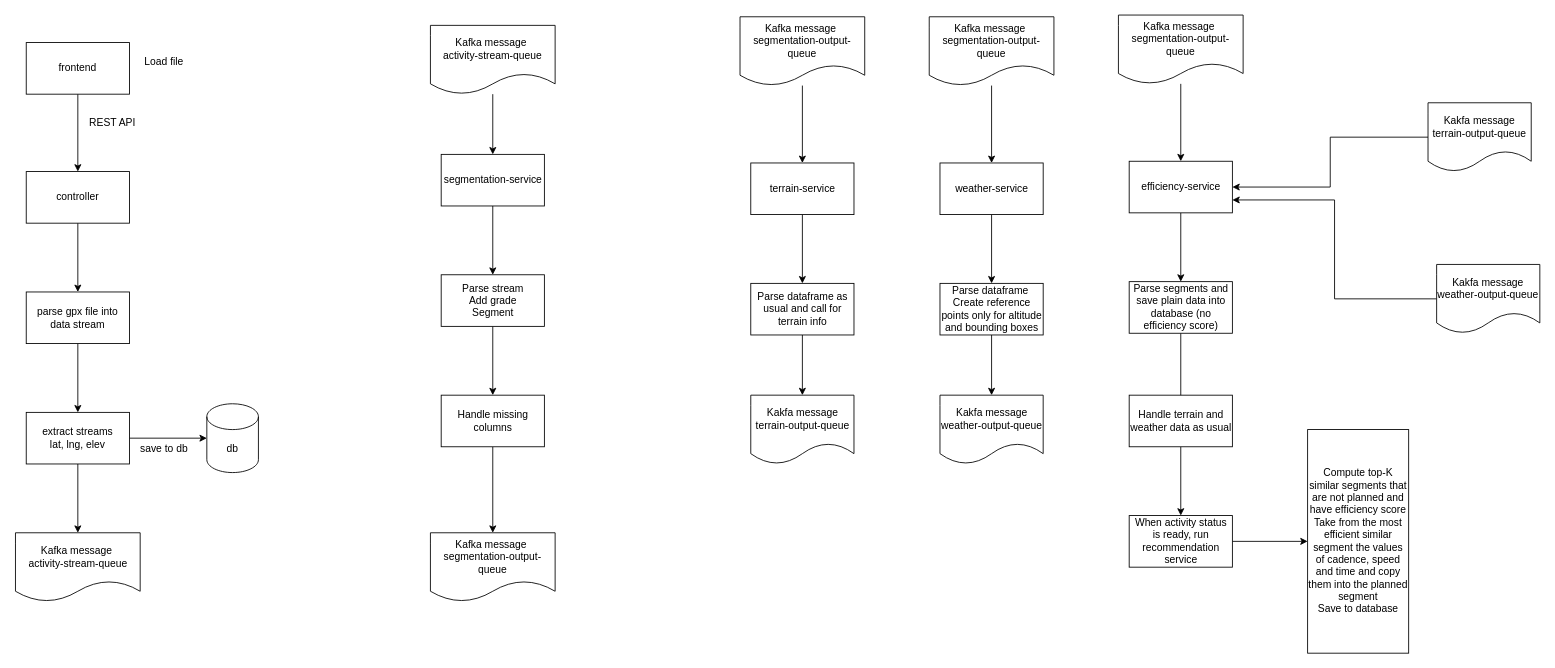
This is docs/Recommendation Flow.drawio from costanzazanoletti/trailmetrics, a draw.io file, before an edit. Source tidied: cells renumbered, new cells numbered last; positions are measured from the earlier drawing's top-left corner, leaving out a move shared by most shapes. Both pictures are drawn from the tidied source at 86%, with x=0, y=0 at pixel (15, 15).
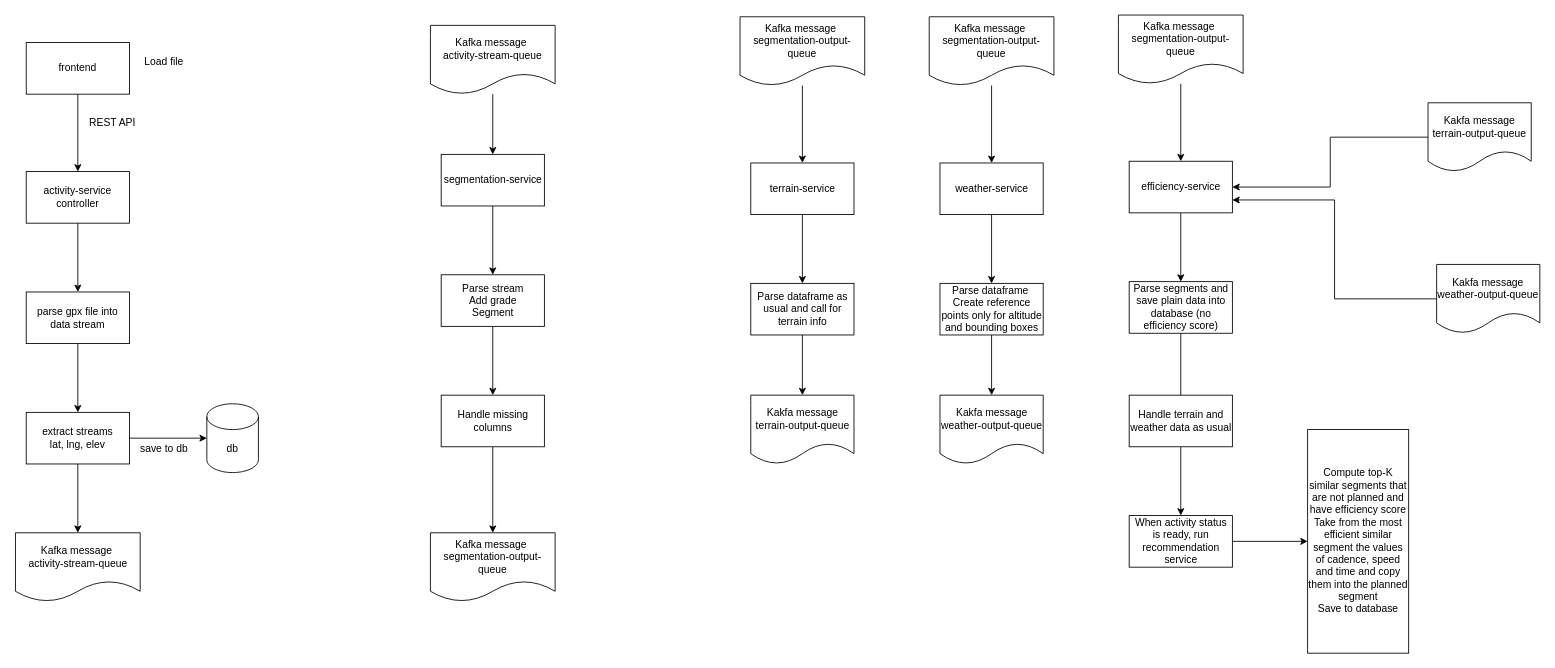
Above is the later version.

Commit message (it also covers changes not shown here):
Efficiency Service: add model training and storage as .pkg file

Diff of the diagram source:
```diff
@@
-    <mxCell id="5" value="controller" style="rounded=0;whiteSpace=wrap;html=1;" parent="1" vertex="1">
+    <mxCell id="5" value="activity-service&lt;div&gt;controller&lt;/div&gt;" style="rounded=0;whiteSpace=wrap;html=1;" parent="1" vertex="1">
       <mxGeometry x="12" y="182" width="120" height="60" as="geometry" />
     </mxCell>
```
